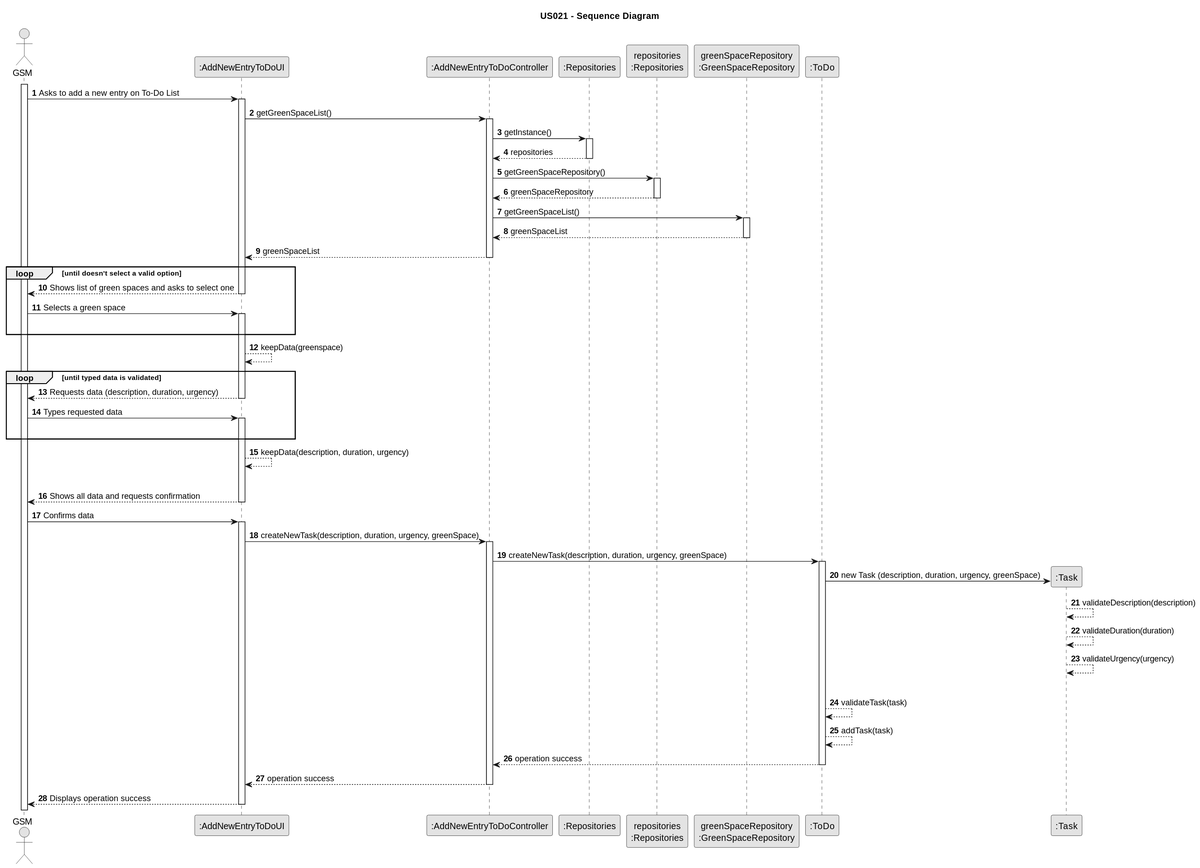
Rui-San/LAPR2_2023_2024 keeps this PlantUML diagram as docs/sprintC/us021/03.design/svg/us021-sequence-diagram.svg. Above is the earlier version. Source of this version:
```plantuml
@startuml
skinparam monochrome true
skinparam packageStyle rectangle
skinparam shadowing false

title US021 - Sequence Diagram

autonumber

actor "GSM" as GSM
participant ":AddNewEntryToDoUI" as UI
participant ":AddNewEntryToDoController" as CTRL
participant ":Repositories" as REPO
participant "repositories\n:Repositories" as REPOInstance
participant "greenSpaceRepository\n:GreenSpaceRepository" as GreenSpaceREPO
participant ":ToDo" as Todo
participant ":Task" as Task

activate GSM

    GSM -> UI : Asks to add a new entry on To-Do List
    activate UI

    UI -> CTRL : getGreenSpaceList()
    activate CTRL

        CTRL -> REPO : getInstance()
        activate REPO

            REPO --> CTRL : repositories
        deactivate REPO
        CTRL -> REPOInstance: getGreenSpaceRepository()

        activate REPOInstance

            REPOInstance --> CTRL : greenSpaceRepository
        deactivate REPOInstance

        CTRL -> GreenSpaceREPO : getGreenSpaceList()
        activate GreenSpaceREPO
        GreenSpaceREPO --> CTRL : greenSpaceList
        deactivate GreenSpaceREPO








CTRL --> UI : greenSpaceList
    deactivate CTRL


    loop until doesn't select a valid option
                    UI --> GSM : Shows list of green spaces and asks to select one
                deactivate UI

                GSM -> UI : Selects a green space

                activate UI
                |||
                end

            UI --> UI : keepData(greenspace)


    loop until typed data is validated

        UI --> GSM : Requests data (description, duration, urgency)
    deactivate UI

    GSM -> UI : Types requested data

    activate UI
    |||

    end

        UI --> UI : keepData(description, duration, urgency)
        |||


                UI --> GSM : Shows all data and requests confirmation
deactivate UI
    GSM -> UI : Confirms data

    activate UI

    UI -> CTRL : createNewTask(description, duration, urgency, greenSpace)
    activate CTRL

        CTRL -> Todo : createNewTask(description, duration, urgency, greenSpace)

        activate Todo

            Todo -> Task** : new Task (description, duration, urgency, greenSpace)

            Task --> Task : validateDescription(description)

            Task --> Task : validateDuration(duration)

            Task --> Task : validateUrgency(urgency)

           |||

            Todo --> Todo : validateTask(task)

            Todo --> Todo : addTask(task)

            Todo --> CTRL : operation success
            deactivate Todo
            CTRL --> UI : operation success
            deactivate CTRL
        UI --> GSM : Displays operation success
    deactivate UI
@enduml
```
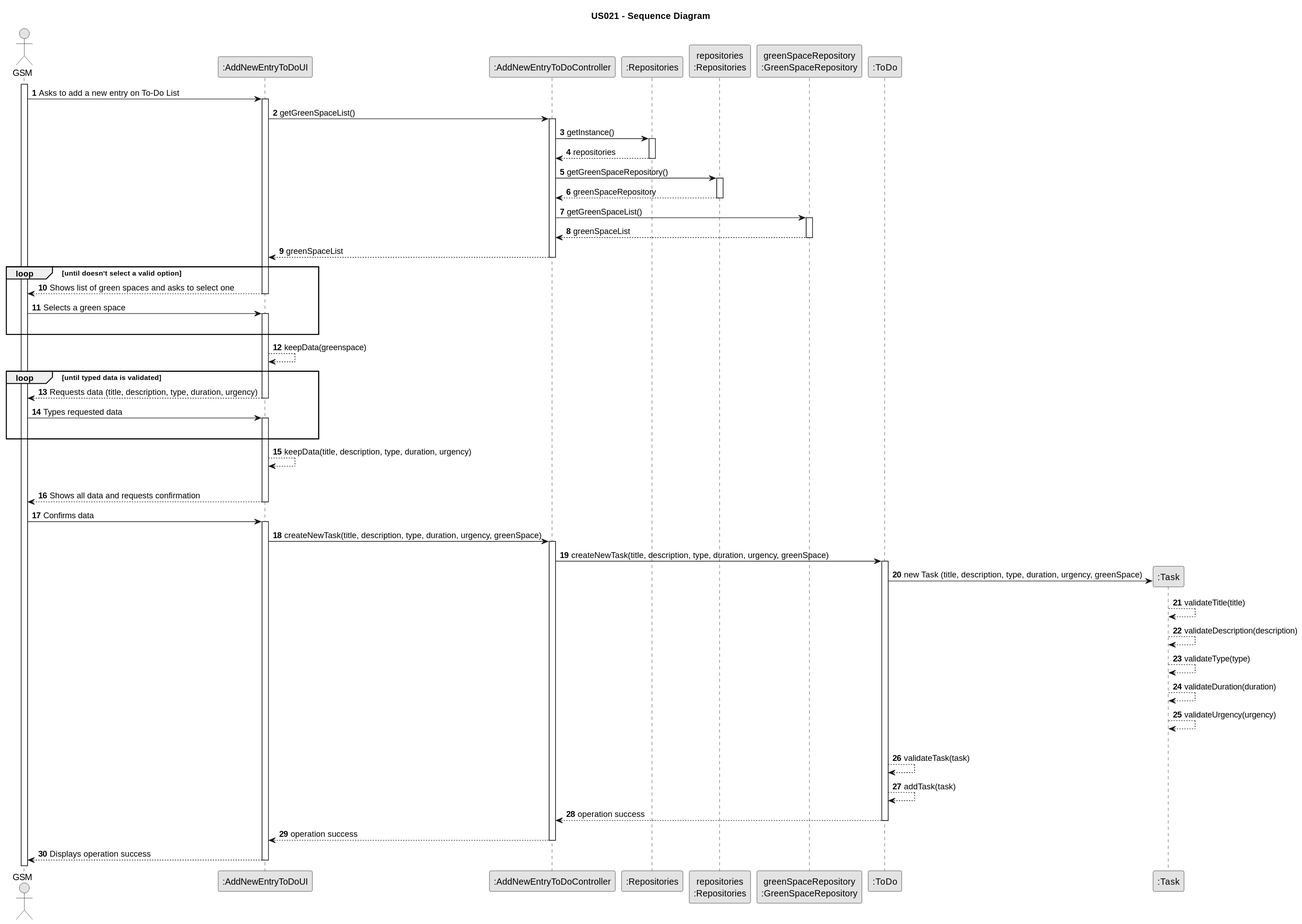
Above is the later version.

What changed in the source:
```diff
@@ -67,7 +67,7 @@
 
     loop until typed data is validated
 
-        UI --> GSM : Requests data (description, duration, urgency)
+        UI --> GSM : Requests data (title, description, type, duration, urgency)
     deactivate UI
 
     GSM -> UI : Types requested data
@@ -77,7 +77,7 @@
 
     end
 
-        UI --> UI : keepData(description, duration, urgency)
+        UI --> UI : keepData(title, description, type, duration, urgency)
         |||
 
 
@@ -87,16 +87,20 @@
 
     activate UI
 
-    UI -> CTRL : createNewTask(description, duration, urgency, greenSpace)
+    UI -> CTRL : createNewTask(title, description, type, duration, urgency, greenSpace)
     activate CTRL
 
-        CTRL -> Todo : createNewTask(description, duration, urgency, greenSpace)
+        CTRL -> Todo : createNewTask(title, description, type, duration, urgency, greenSpace)
 
         activate Todo
 
-            Todo -> Task** : new Task (description, duration, urgency, greenSpace)
+            Todo -> Task** : new Task (title, description, type, duration, urgency, greenSpace)
+
+            Task --> Task : validateTitle(title)
 
             Task --> Task : validateDescription(description)
+
+            Task --> Task : validateType(type)
 
             Task --> Task : validateDuration(duration)
 
```
